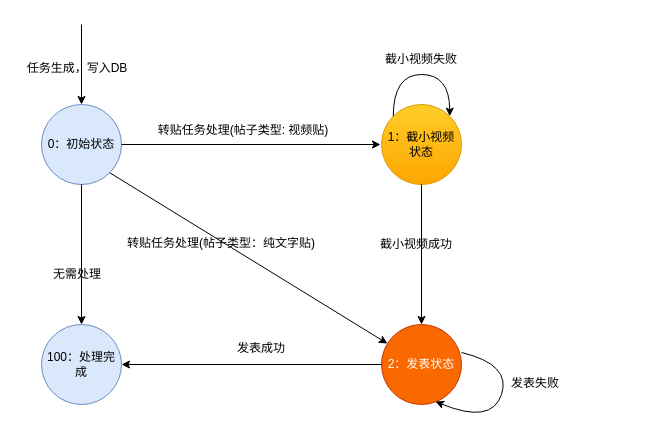
Earlier version of the draw.io diagram 任务状态.drawio (ericwan2018/architect-awesome). Source tidied: cells renumbered, new cells numbered last; positions are measured from the earlier drawing's top-left corner, leaving out a move shared by most shapes. Both pictures are drawn from the tidied source at 100%, with x=0, y=0 at pixel (17, 24).
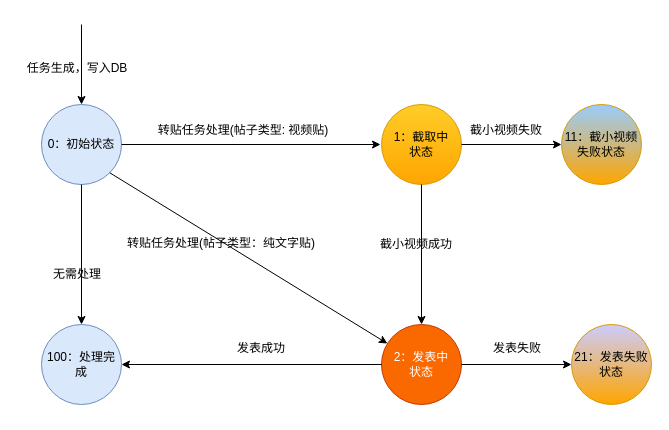
The same diagram, later.

Commit message:
更新任务状态.drawio

The edit, as a diff of the source:
```diff
@@
-    <mxCell id="3" value="1：截小视频状态" style="ellipse;whiteSpace=wrap;html=1;fillColor=#ffcd28;strokeColor=#d79b00;gradientColor=#ffa500;" parent="1" vertex="1">
+    <mxCell id="3" value="1：截取中&lt;br&gt;状态" style="ellipse;whiteSpace=wrap;html=1;fillColor=#ffcd28;strokeColor=#d79b00;gradientColor=#ffa500;" parent="1" vertex="1">
       <mxGeometry x="364" y="80" width="80" height="80" as="geometry" />
     </mxCell>
-    <mxCell id="4" value="2：发表状态" style="ellipse;whiteSpace=wrap;html=1;fillColor=#fa6800;strokeColor=#C73500;fontColor=#ffffff;" parent="1" vertex="1">
+    <mxCell id="4" value="2：发表中&lt;br&gt;状态" style="ellipse;whiteSpace=wrap;html=1;fillColor=#fa6800;strokeColor=#C73500;fontColor=#ffffff;" parent="1" vertex="1">
       <mxGeometry x="364" y="300" width="80" height="80" as="geometry" />
     </mxCell>
@@
-    <mxCell id="14" style="curved=1;endArrow=classic;html=1;exitX=0;exitY=0;exitDx=0;exitDy=0;entryX=1;entryY=0;entryDx=0;entryDy=0;" parent="1" edge="1" source="3" target="3">
-      <mxGeometry relative="1" as="geometry">
-        <Array as="points">
-          <mxPoint x="376" y="50" />
-          <mxPoint x="432" y="50" />
-        </Array>
-      </mxGeometry>
-    </mxCell>
     <mxCell id="15" value="截小视频失败" style="text;html=1;strokeColor=none;fillColor=none;align=center;verticalAlign=middle;whiteSpace=wrap;rounded=0;horizontal=1;" parent="1" vertex="1">
-      <mxGeometry x="359" width="90" height="70" as="geometry" />
+      <mxGeometry x="444" y="71" width="90" height="70" as="geometry" />
     </mxCell>
@@
-    <mxCell id="18" style="curved=1;endArrow=classic;html=1;entryX=0.675;entryY=0.963;entryDx=0;entryDy=0;entryPerimeter=0;" parent="1" edge="1" target="4">
-      <mxGeometry relative="1" as="geometry">
-        <mxPoint x="444" y="328" as="sourcePoint" />
-        <Array as="points">
-          <mxPoint x="494" y="340" />
-          <mxPoint x="474" y="400" />
-        </Array>
-      </mxGeometry>
-    </mxCell>
     <mxCell id="19" value="发表失败" style="text;html=1;strokeColor=none;fillColor=none;align=center;verticalAlign=middle;whiteSpace=wrap;rounded=0;" parent="1" vertex="1">
-      <mxGeometry x="492" y="349" width="52" height="20" as="geometry" />
+      <mxGeometry x="474" y="314" width="52" height="20" as="geometry" />
     </mxCell>
@@
+    <mxCell id="22" value="11：截小视频失败状态" style="ellipse;whiteSpace=wrap;html=1;strokeColor=#d79b00;gradientColor=#ffa500;fillColor=#99CCFF;" parent="1" vertex="1">
+      <mxGeometry x="544" y="80" width="80" height="80" as="geometry" />
+    </mxCell>
+    <mxCell id="23" style="endArrow=classic;html=1;entryX=0;entryY=0.5;entryDx=0;entryDy=0;exitX=1;exitY=0.5;exitDx=0;exitDy=0;" parent="1" edge="1" source="3" target="22">
+      <mxGeometry relative="1" as="geometry" />
+    </mxCell>
+    <mxCell id="24" value="21：发表失败状态" style="ellipse;whiteSpace=wrap;html=1;strokeColor=#d79b00;gradientColor=#ffa500;fillColor=#CCCCFF;" parent="1" vertex="1">
+      <mxGeometry x="554" y="300" width="80" height="80" as="geometry" />
+    </mxCell>
+    <mxCell id="25" style="endArrow=classic;html=1;entryX=0;entryY=0.5;entryDx=0;entryDy=0;exitX=1;exitY=0.5;exitDx=0;exitDy=0;" parent="1" edge="1" source="4" target="24">
+      <mxGeometry relative="1" as="geometry" />
+    </mxCell>
```
